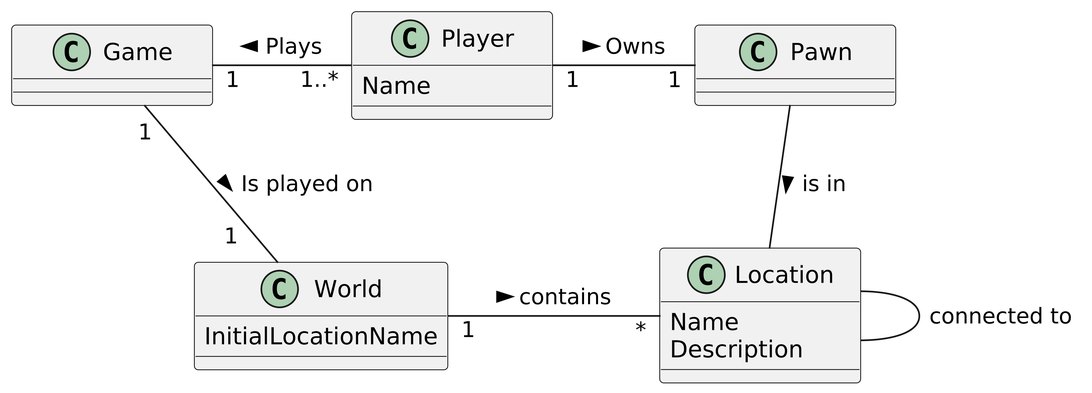
Above: Folien/Notebooks/Code-Along/Woche 2/img/adv-domain-03-small.png in Coding-Academy-Munich/csharp-clean-code-de (PlantUML), before the change. Source of this version:
```plantuml
@startuml
skinparamlocked dpi 600
skinparam MinClassWidth 120

class Game
class Player {
    Name
}
class Pawn
class World {
    InitialLocationName
}
class Location {
    Name
    Description
}

Game "1   " - "  1..*" Player : Plays <
Player "1   " - "   1" Pawn  : Owns >
Game "1" -- "1    " World : Is played on >
World "1      " - "      *" Location : contains >
Pawn -- Location : is in >
Location -- Location : connected to
@enduml
```
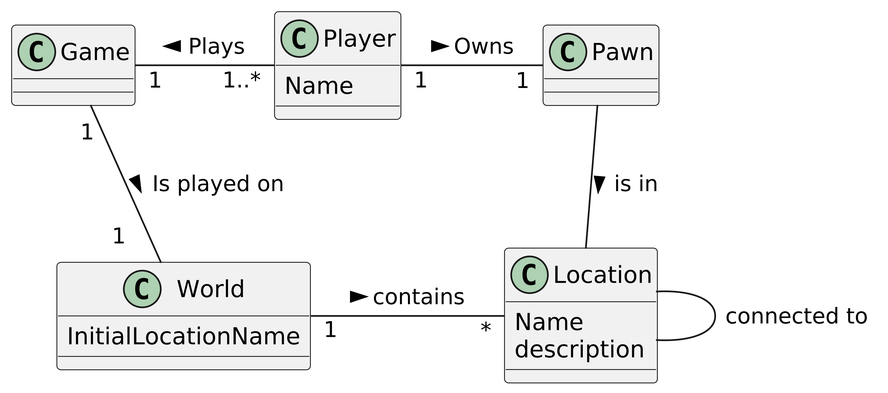
Later version of the same file.

What changed in the source:
```diff
@@ -1,7 +1,5 @@
 @startuml
 skinparamlocked dpi 600
-skinparam MinClassWidth 120
-
 class Game
 class Player {
     Name
@@ -12,7 +10,7 @@
 }
 class Location {
     Name
-    Description
+    description
 }
 
 Game "1   " - "  1..*" Player : Plays <
```
